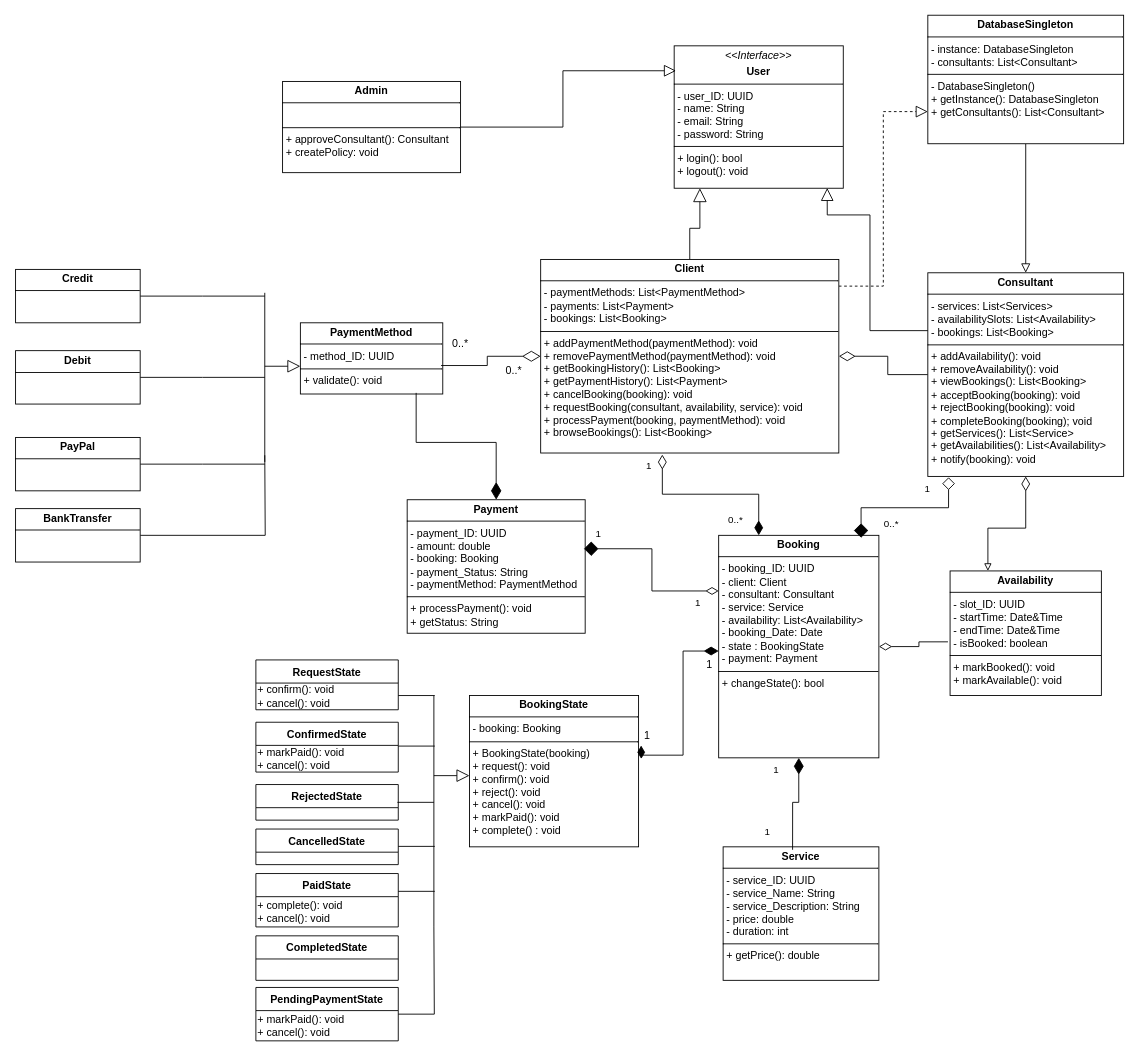
This is UML Diagrams/Class Diagrams/Class_Diagram_src.drawio.xml from yamintayyar/eecs3311-project, a draw.io file, before an edit. Source tidied: cells renumbered, new cells numbered last; positions are measured from the earlier drawing's top-left corner, leaving out a move shared by most shapes. Both pictures are drawn from the tidied source at 89%, with x=0, y=0 at pixel (15, 15).
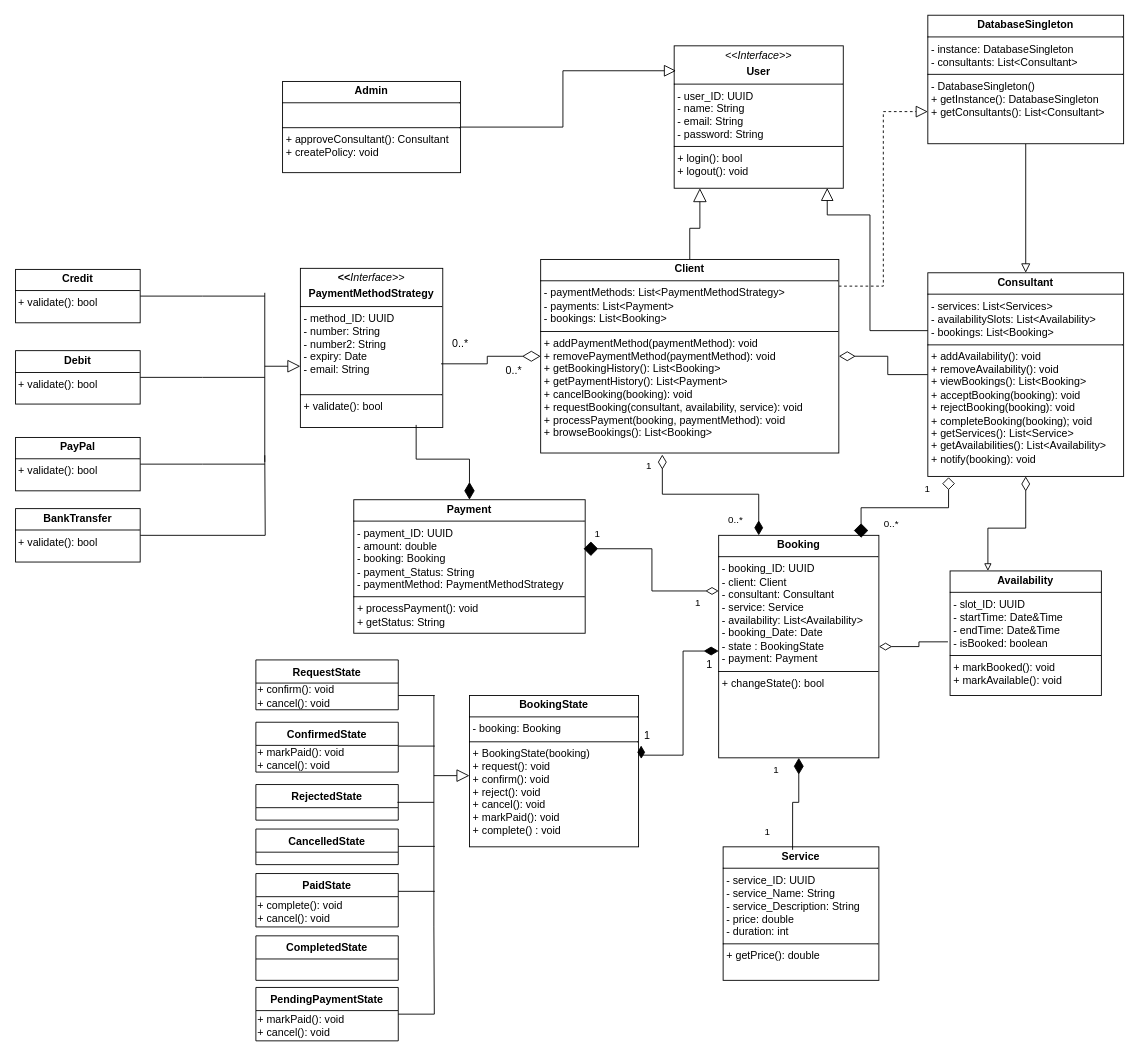
The same diagram, later.

Commit message:
Add PaymentMethodStrategy Strategy pattern

What changed in the source:
```diff
@@
-    <mxCell id="6" value="&lt;p style=&quot;margin:0px;margin-top:4px;text-align:center;&quot;&gt;&lt;b&gt;Client&lt;/b&gt;&lt;/p&gt;&lt;hr size=&quot;1&quot; style=&quot;border-style:solid;&quot;&gt;&lt;p style=&quot;margin:0px;margin-left:4px;&quot;&gt;- paymentMethods: List&amp;lt;PaymentMethod&amp;gt;&lt;/p&gt;&lt;p style=&quot;margin:0px;margin-left:4px;&quot;&gt;- payments: List&amp;lt;Payment&amp;gt;&lt;/p&gt;&lt;p style=&quot;margin:0px;margin-left:4px;&quot;&gt;- bookings: List&amp;lt;Booking&amp;gt;&lt;/p&gt;&lt;hr size=&quot;1&quot; style=&quot;border-style:solid;&quot;&gt;&lt;p style=&quot;margin:0px;margin-left:4px;&quot;&gt;+ addPaymentMethod(paymentMethod): void&lt;/p&gt;&lt;p style=&quot;margin:0px;margin-left:4px;&quot;&gt;+ removePaymentMethod(&lt;span style=&quot;background-color: transparent; color: light-dark(rgb(0, 0, 0), rgb(255, 255, 255));&quot;&gt;paymentMethod&lt;/span&gt;&lt;span style=&quot;background-color: transparent; color: light-dark(rgb(0, 0, 0), rgb(255, 255, 255));&quot;&gt;): void&lt;/span&gt;&lt;/p&gt;&lt;p style=&quot;margin:0px;margin-left:4px;&quot;&gt;+ getBookingHistory(): List&amp;lt;Booking&amp;gt;&lt;/p&gt;&lt;p style=&quot;margin:0px;margin-left:4px;&quot;&gt;+ getPaymentHistory(): List&amp;lt;Payment&amp;gt;&lt;/p&gt;&lt;p style=&quot;margin:0px;margin-left:4px;&quot;&gt;+ cancelBooking(booking): void&lt;/p&gt;&lt;p style=&quot;margin:0px;margin-left:4px;&quot;&gt;+ requestBooking(consultant, availability, service): void&lt;/p&gt;&lt;p style=&quot;margin:0px;margin-left:4px;&quot;&gt;+ processPayment(booking, paymentMethod): void&lt;/p&gt;&lt;p style=&quot;margin:0px;margin-left:4px;&quot;&gt;+ browseBookings(): List&amp;lt;Booking&amp;gt;&lt;/p&gt;" style="verticalAlign=top;align=left;overflow=fill;html=1;whiteSpace=wrap;" parent="1" vertex="1">
+    <mxCell id="6" value="&lt;p style=&quot;margin:0px;margin-top:4px;text-align:center;&quot;&gt;&lt;b&gt;Client&lt;/b&gt;&lt;/p&gt;&lt;hr size=&quot;1&quot; style=&quot;border-style:solid;&quot;&gt;&lt;p style=&quot;margin:0px;margin-left:4px;&quot;&gt;- paymentMethods: List&amp;lt;PaymentMethodStrategy&amp;gt;&lt;/p&gt;&lt;p style=&quot;margin:0px;margin-left:4px;&quot;&gt;- payments: List&amp;lt;Payment&amp;gt;&lt;/p&gt;&lt;p style=&quot;margin:0px;margin-left:4px;&quot;&gt;- bookings: List&amp;lt;Booking&amp;gt;&lt;/p&gt;&lt;hr size=&quot;1&quot; style=&quot;border-style:solid;&quot;&gt;&lt;p style=&quot;margin:0px;margin-left:4px;&quot;&gt;+ addPaymentMethod(paymentMethod): void&lt;/p&gt;&lt;p style=&quot;margin:0px;margin-left:4px;&quot;&gt;+ removePaymentMethod(&lt;span style=&quot;background-color: transparent; color: light-dark(rgb(0, 0, 0), rgb(255, 255, 255));&quot;&gt;paymentMethod&lt;/span&gt;&lt;span style=&quot;background-color: transparent; color: light-dark(rgb(0, 0, 0), rgb(255, 255, 255));&quot;&gt;): void&lt;/span&gt;&lt;/p&gt;&lt;p style=&quot;margin:0px;margin-left:4px;&quot;&gt;+ getBookingHistory(): List&amp;lt;Booking&amp;gt;&lt;/p&gt;&lt;p style=&quot;margin:0px;margin-left:4px;&quot;&gt;+ getPaymentHistory(): List&amp;lt;Payment&amp;gt;&lt;/p&gt;&lt;p style=&quot;margin:0px;margin-left:4px;&quot;&gt;+ cancelBooking(booking): void&lt;/p&gt;&lt;p style=&quot;margin:0px;margin-left:4px;&quot;&gt;+ requestBooking(consultant, availability, service): void&lt;/p&gt;&lt;p style=&quot;margin:0px;margin-left:4px;&quot;&gt;+ processPayment(booking, paymentMethod): void&lt;/p&gt;&lt;p style=&quot;margin:0px;margin-left:4px;&quot;&gt;+ browseBookings(): List&amp;lt;Booking&amp;gt;&lt;/p&gt;" style="verticalAlign=top;align=left;overflow=fill;html=1;whiteSpace=wrap;" parent="1" vertex="1">
       <mxGeometry x="590" y="274" width="335" height="217.5" as="geometry" />
     </mxCell>
@@
-    <mxCell id="22" value="&lt;p style=&quot;margin:0px;margin-top:4px;text-align:center;&quot;&gt;&lt;b&gt;Payment&lt;/b&gt;&lt;/p&gt;&lt;hr size=&quot;1&quot; style=&quot;border-style:solid;&quot;&gt;&lt;p style=&quot;margin:0px;margin-left:4px;&quot;&gt;- payment_ID: UUID&lt;/p&gt;&lt;p style=&quot;margin:0px;margin-left:4px;&quot;&gt;- amount: double&lt;/p&gt;&lt;p style=&quot;margin:0px;margin-left:4px;&quot;&gt;- booking: Booking&lt;/p&gt;&lt;p style=&quot;margin:0px;margin-left:4px;&quot;&gt;- payment_Status: String&lt;/p&gt;&lt;p style=&quot;margin:0px;margin-left:4px;&quot;&gt;- paymentMethod: PaymentMethod&lt;/p&gt;&lt;hr size=&quot;1&quot; style=&quot;border-style:solid;&quot;&gt;&lt;p style=&quot;margin:0px;margin-left:4px;&quot;&gt;+ processPayment(): void&lt;/p&gt;&lt;p style=&quot;margin:0px;margin-left:4px;&quot;&gt;+ getStatus: String&lt;/p&gt;" style="verticalAlign=top;align=left;overflow=fill;html=1;whiteSpace=wrap;" parent="1" vertex="1">
-      <mxGeometry x="440" y="544" width="200" height="150" as="geometry" />
+    <mxCell id="22" value="&lt;p style=&quot;margin:0px;margin-top:4px;text-align:center;&quot;&gt;&lt;b&gt;Payment&lt;/b&gt;&lt;/p&gt;&lt;hr size=&quot;1&quot; style=&quot;border-style:solid;&quot;&gt;&lt;p style=&quot;margin:0px;margin-left:4px;&quot;&gt;- payment_ID: UUID&lt;/p&gt;&lt;p style=&quot;margin:0px;margin-left:4px;&quot;&gt;- amount: double&lt;/p&gt;&lt;p style=&quot;margin:0px;margin-left:4px;&quot;&gt;- booking: Booking&lt;/p&gt;&lt;p style=&quot;margin:0px;margin-left:4px;&quot;&gt;- payment_Status: String&lt;/p&gt;&lt;p style=&quot;margin:0px;margin-left:4px;&quot;&gt;- paymentMethod: PaymentMethodStrategy&lt;/p&gt;&lt;hr size=&quot;1&quot; style=&quot;border-style:solid;&quot;&gt;&lt;p style=&quot;margin:0px;margin-left:4px;&quot;&gt;+ processPayment(): void&lt;/p&gt;&lt;p style=&quot;margin:0px;margin-left:4px;&quot;&gt;+ getStatus: String&lt;/p&gt;" style="verticalAlign=top;align=left;overflow=fill;html=1;whiteSpace=wrap;" parent="1" vertex="1">
+      <mxGeometry x="380" y="544" width="260" height="150" as="geometry" />
     </mxCell>
@@
-    <mxCell id="26" value="&lt;p style=&quot;margin:0px;margin-top:4px;text-align:center;&quot;&gt;&lt;b&gt;PaymentMethod&lt;/b&gt;&lt;/p&gt;&lt;hr size=&quot;1&quot; style=&quot;border-style:solid;&quot;&gt;&lt;p style=&quot;margin:0px;margin-left:4px;&quot;&gt;- method_ID: UUID&lt;/p&gt;&lt;hr size=&quot;1&quot; style=&quot;border-style:solid;&quot;&gt;&lt;p style=&quot;margin:0px;margin-left:4px;&quot;&gt;+ validate(): void&lt;/p&gt;" style="verticalAlign=top;align=left;overflow=fill;html=1;whiteSpace=wrap;" parent="1" vertex="1">
-      <mxGeometry x="320" y="345.2" width="160" height="80" as="geometry" />
+    <mxCell id="26" value="&lt;p style=&quot;margin:0px;margin-top:4px;text-align:center;&quot;&gt;&lt;b&gt;&amp;lt;&amp;lt;&lt;/b&gt;&lt;i&gt;Interface&amp;gt;&amp;gt;&lt;/i&gt;&lt;/p&gt;&lt;p style=&quot;margin:0px;margin-top:4px;text-align:center;&quot;&gt;&lt;b&gt;PaymentMethodStrategy&lt;/b&gt;&lt;/p&gt;&lt;hr size=&quot;1&quot; style=&quot;border-style:solid;&quot;&gt;&lt;p style=&quot;margin:0px;margin-left:4px;&quot;&gt;- method_ID: UUID&lt;/p&gt;&lt;p style=&quot;margin:0px;margin-left:4px;&quot;&gt;- number: String&lt;/p&gt;&lt;p style=&quot;margin:0px;margin-left:4px;&quot;&gt;- number2: String&lt;/p&gt;&lt;p style=&quot;margin:0px;margin-left:4px;&quot;&gt;- expiry: Date&lt;/p&gt;&lt;p style=&quot;margin:0px;margin-left:4px;&quot;&gt;- email: String&lt;/p&gt;&lt;p style=&quot;margin:0px;margin-left:4px;&quot;&gt;&lt;br&gt;&lt;/p&gt;&lt;hr size=&quot;1&quot; style=&quot;border-style:solid;&quot;&gt;&lt;p style=&quot;margin:0px;margin-left:4px;&quot;&gt;+ validate(): bool&lt;/p&gt;" style="verticalAlign=top;align=left;overflow=fill;html=1;whiteSpace=wrap;" parent="1" vertex="1">
+      <mxGeometry x="320" y="284" width="160" height="178.8" as="geometry" />
     </mxCell>
@@
-    <mxCell id="28" value="&lt;p style=&quot;margin:0px;margin-top:4px;text-align:center;&quot;&gt;&lt;b&gt;PayPal&lt;/b&gt;&lt;/p&gt;&lt;hr size=&quot;1&quot; style=&quot;border-style:solid;&quot;&gt;&lt;div style=&quot;height:2px;&quot;&gt;&lt;/div&gt;" style="verticalAlign=top;align=left;overflow=fill;html=1;whiteSpace=wrap;" parent="1" vertex="1">
+    <mxCell id="28" value="&lt;p style=&quot;margin:0px;margin-top:4px;text-align:center;&quot;&gt;&lt;b&gt;PayPal&lt;/b&gt;&lt;/p&gt;&lt;hr size=&quot;1&quot; style=&quot;border-style:solid;&quot;&gt;&lt;div style=&quot;height:2px;&quot;&gt;&amp;nbsp;+ validate(): bool&lt;/div&gt;" style="verticalAlign=top;align=left;overflow=fill;html=1;whiteSpace=wrap;" parent="1" vertex="1">
       <mxGeometry y="474" width="140" height="60" as="geometry" />
     </mxCell>
@@
-    <mxCell id="30" value="&lt;p style=&quot;margin:0px;margin-top:4px;text-align:center;&quot;&gt;&lt;b&gt;Debit&lt;/b&gt;&lt;/p&gt;&lt;hr size=&quot;1&quot; style=&quot;border-style:solid;&quot;&gt;&lt;div style=&quot;height:2px;&quot;&gt;&lt;/div&gt;" style="verticalAlign=top;align=left;overflow=fill;html=1;whiteSpace=wrap;" parent="1" vertex="1">
+    <mxCell id="30" value="&lt;p style=&quot;margin:0px;margin-top:4px;text-align:center;&quot;&gt;&lt;b&gt;Debit&lt;/b&gt;&lt;/p&gt;&lt;hr size=&quot;1&quot; style=&quot;border-style:solid;&quot;&gt;&lt;div style=&quot;height:2px;&quot;&gt;&amp;nbsp;+ validate(): bool&lt;/div&gt;" style="verticalAlign=top;align=left;overflow=fill;html=1;whiteSpace=wrap;" parent="1" vertex="1">
       <mxGeometry y="376.5" width="140" height="60" as="geometry" />
     </mxCell>
@@
-    <mxCell id="32" value="&lt;p style=&quot;margin:0px;margin-top:4px;text-align:center;&quot;&gt;&lt;b&gt;BankTransfer&lt;/b&gt;&lt;/p&gt;&lt;hr size=&quot;1&quot; style=&quot;border-style:solid;&quot;&gt;&lt;div style=&quot;height:2px;&quot;&gt;&lt;/div&gt;" style="verticalAlign=top;align=left;overflow=fill;html=1;whiteSpace=wrap;" parent="1" vertex="1">
+    <mxCell id="32" value="&lt;p style=&quot;margin:0px;margin-top:4px;text-align:center;&quot;&gt;&lt;b&gt;BankTransfer&lt;/b&gt;&lt;/p&gt;&lt;hr size=&quot;1&quot; style=&quot;border-style:solid;&quot;&gt;&lt;div style=&quot;height:2px;&quot;&gt;&amp;nbsp;+ validate(): bool&lt;/div&gt;" style="verticalAlign=top;align=left;overflow=fill;html=1;whiteSpace=wrap;" parent="1" vertex="1">
       <mxGeometry y="554" width="140" height="60" as="geometry" />
     </mxCell>
@@
-    <mxCell id="34" value="&lt;p style=&quot;margin:0px;margin-top:4px;text-align:center;&quot;&gt;&lt;b&gt;Credit&lt;/b&gt;&lt;/p&gt;&lt;hr size=&quot;1&quot; style=&quot;border-style:solid;&quot;&gt;&lt;div style=&quot;height:2px;&quot;&gt;&lt;/div&gt;" style="verticalAlign=top;align=left;overflow=fill;html=1;whiteSpace=wrap;" parent="1" vertex="1">
+    <mxCell id="34" value="&lt;p style=&quot;margin:0px;margin-top:4px;text-align:center;&quot;&gt;&lt;b&gt;Credit&lt;/b&gt;&lt;/p&gt;&lt;hr size=&quot;1&quot; style=&quot;border-style:solid;&quot;&gt;&lt;div style=&quot;height:2px;&quot;&gt;&amp;nbsp;+ validate(): bool&lt;/div&gt;" style="verticalAlign=top;align=left;overflow=fill;html=1;whiteSpace=wrap;" parent="1" vertex="1">
       <mxGeometry y="285.2" width="140" height="60" as="geometry" />
     </mxCell>
```
